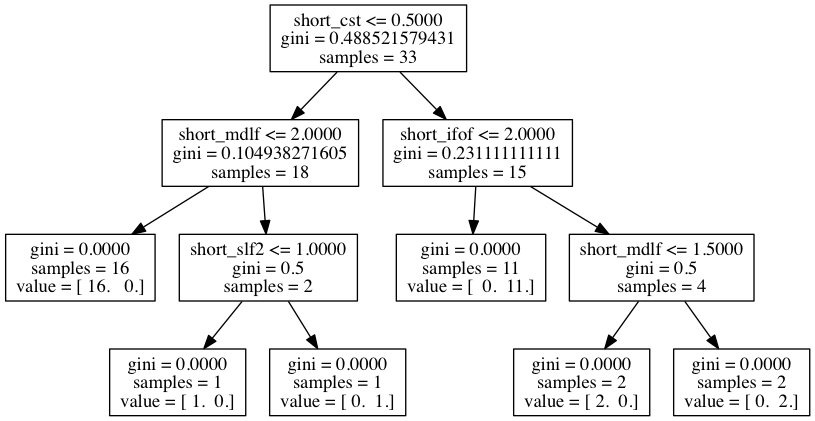
This is neurosurgery_trees/shortMOTOR.png from akeshavan/myscripts, a Graphviz export, as it was before one commit. Its source is kept beside it as neurosurgery_trees/shortMOTOR.dot.
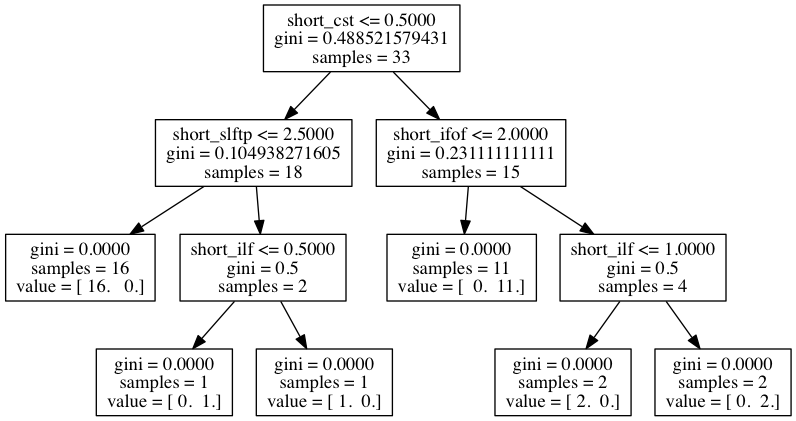
The same diagram one commit later.

Diff of the diagram source:
```diff
@@ -1,20 +1,20 @@
 digraph Tree {
 0 [label="X[8] <= 0.5000\ngini = 0.488521579431\nsamples = 33", shape="box"] ;
-1 [label="X[5] <= 2.0000\ngini = 0.104938271605\nsamples = 18", shape="box"] ;
+1 [label="X[3] <= 2.5000\ngini = 0.104938271605\nsamples = 18", shape="box"] ;
 0 -> 1 ;
 2 [label="gini = 0.0000\nsamples = 16\nvalue = [ 16.   0.]", shape="box"] ;
 1 -> 2 ;
-3 [label="X[0] <= 1.0000\ngini = 0.5\nsamples = 2", shape="box"] ;
+3 [label="X[4] <= 0.5000\ngini = 0.5\nsamples = 2", shape="box"] ;
 1 -> 3 ;
-4 [label="gini = 0.0000\nsamples = 1\nvalue = [ 1.  0.]", shape="box"] ;
+4 [label="gini = 0.0000\nsamples = 1\nvalue = [ 0.  1.]", shape="box"] ;
 3 -> 4 ;
-5 [label="gini = 0.0000\nsamples = 1\nvalue = [ 0.  1.]", shape="box"] ;
+5 [label="gini = 0.0000\nsamples = 1\nvalue = [ 1.  0.]", shape="box"] ;
 3 -> 5 ;
 6 [label="X[6] <= 2.0000\ngini = 0.231111111111\nsamples = 15", shape="box"] ;
 0 -> 6 ;
 7 [label="gini = 0.0000\nsamples = 11\nvalue = [  0.  11.]", shape="box"] ;
 6 -> 7 ;
-8 [label="X[5] <= 1.5000\ngini = 0.5\nsamples = 4", shape="box"] ;
+8 [label="X[4] <= 1.0000\ngini = 0.5\nsamples = 4", shape="box"] ;
 6 -> 8 ;
 9 [label="gini = 0.0000\nsamples = 2\nvalue = [ 2.  0.]", shape="box"] ;
 8 -> 9 ;
```
